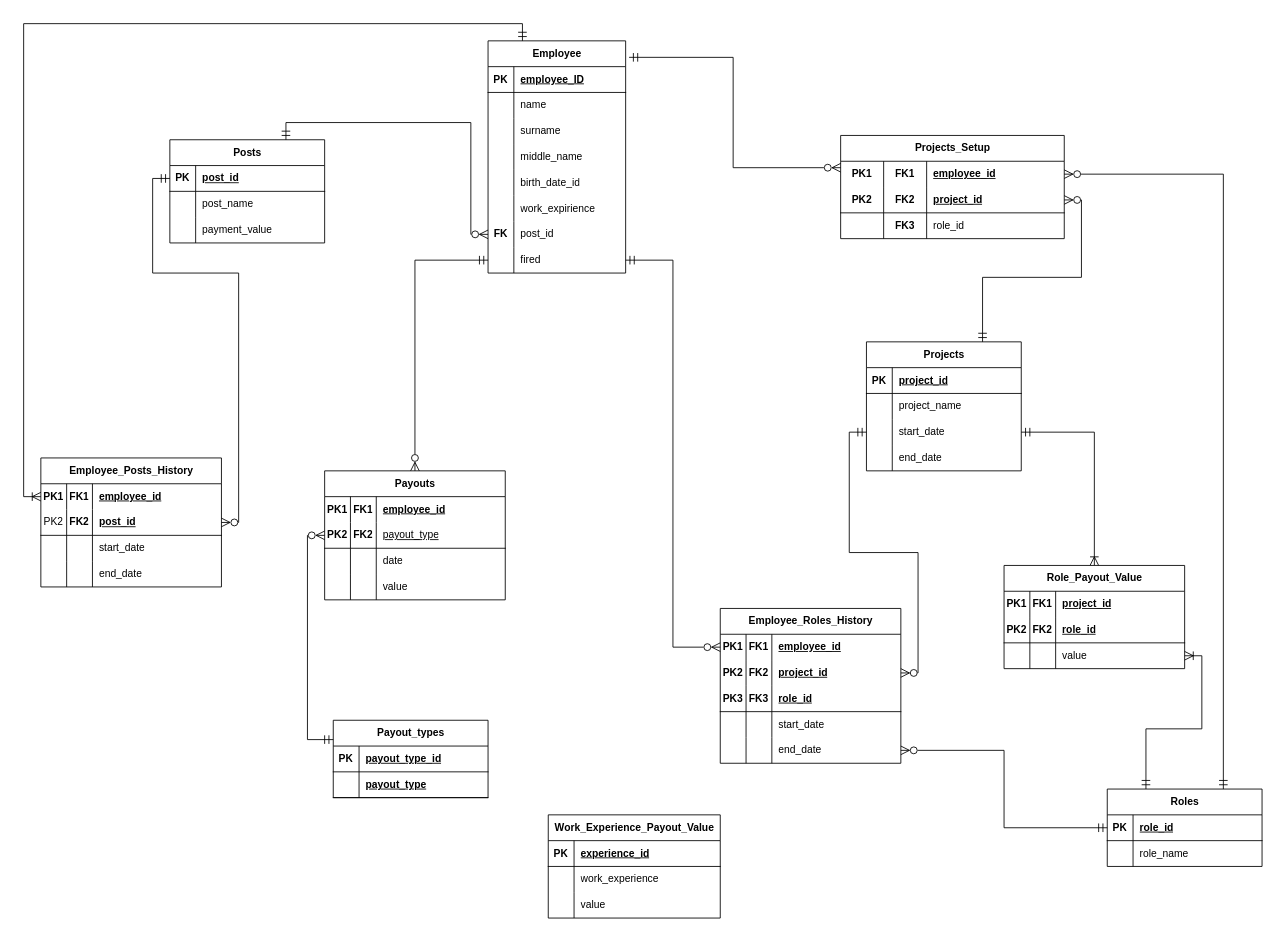
This is SalarySatementDBScheme.drawio from yaroslav070705/SalaryStatement_JAVA_WEB, a draw.io file, before an edit. Source tidied: cells renumbered, new cells numbered last; positions are measured from the earlier drawing's top-left corner, leaving out a move shared by most shapes. Both pictures are drawn from the tidied source at 86%, with x=0, y=0 at pixel (23, 23).
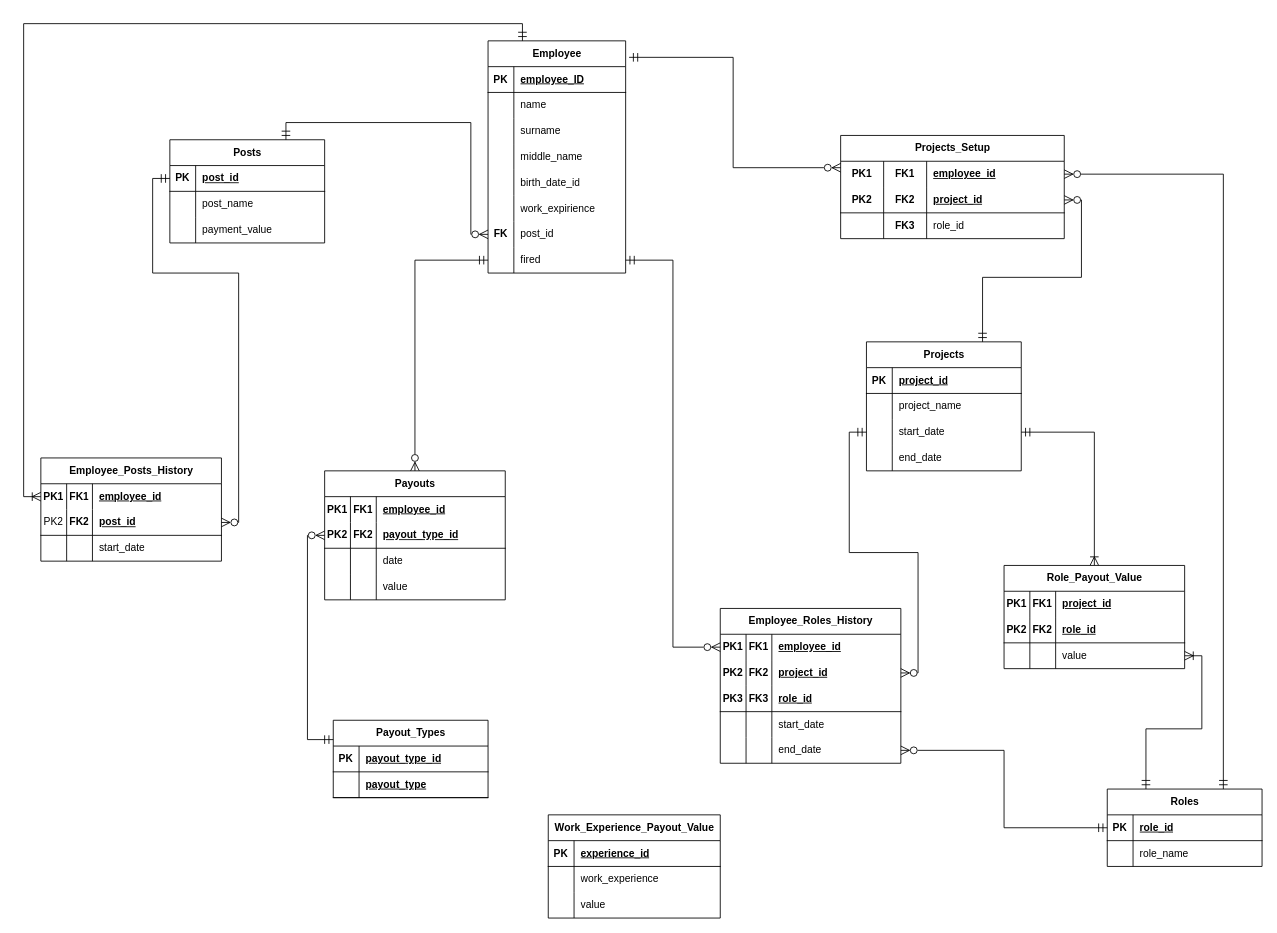
Above is the later version.

The change refers to these unchanged cells:
```xml
<mxCell id="99" style="shape=tableRow;horizontal=0;startSize=0;swimlaneHead=0;swimlaneBody=0;fillColor=none;points=[[0,0.5],[1,0.5]];portConstraint=eastwest;top=0;left=0;right=0;bottom=1;" parent="94" vertex="1">
  <mxGeometry y="60" width="210" height="30" as="geometry" />
</mxCell>
```

The edit, as a diff of the source:
```diff
@@
     <mxCell id="75" value="Employee_Posts_History" style="shape=table;startSize=30;childLayout=tableLayout;rowLines=0;fontStyle=1;align=center;html=1;" parent="1" vertex="1">
-      <mxGeometry x="20" y="505" width="210" height="150" as="geometry" />
+      <mxGeometry x="20" y="505" width="210" height="120" as="geometry" />
     </mxCell>
@@
-    <mxCell id="88" style="shape=tableRow;horizontal=0;startSize=0;swimlaneHead=0;swimlaneBody=0;fillColor=none;top=0;left=0;right=0;bottom=0;" parent="75" vertex="1">
-      <mxGeometry y="120" width="210" height="30" as="geometry" />
-    </mxCell>
-    <mxCell id="89" style="shape=partialRectangle;fillColor=none;top=0;left=0;bottom=0;right=0;overflow=hidden;whiteSpace=wrap;html=1;" parent="88" vertex="1">
-      <mxGeometry width="30" height="30" as="geometry" />
-    </mxCell>
-    <mxCell id="90" style="shape=partialRectangle;fillColor=none;top=0;left=0;bottom=0;right=0;overflow=hidden;whiteSpace=wrap;html=1;" parent="88" vertex="1">
-      <mxGeometry x="30" width="30" height="30" as="geometry" />
-    </mxCell>
-    <mxCell id="91" value="end_date" style="shape=partialRectangle;fillColor=none;top=0;left=0;bottom=0;right=0;align=left;spacingLeft=6;overflow=hidden;whiteSpace=wrap;html=1;" parent="88" vertex="1">
-      <mxGeometry x="60" width="150" height="30" as="geometry" />
-    </mxCell>
@@
-    <mxCell id="102" value="&lt;u&gt;payout_type&lt;/u&gt;" style="shape=partialRectangle;fillColor=none;top=0;left=0;bottom=0;right=0;align=left;spacingLeft=6;overflow=hidden;whiteSpace=wrap;html=1;" parent="99" vertex="1">
+    <mxCell id="102" value="&lt;u&gt;&lt;b&gt;payout_type_id&lt;/b&gt;&lt;/u&gt;" style="shape=partialRectangle;fillColor=none;top=0;left=0;bottom=0;right=0;align=left;spacingLeft=6;overflow=hidden;whiteSpace=wrap;html=1;" parent="99" vertex="1">
       <mxGeometry x="60" width="150" height="30" as="geometry" />
     </mxCell>
@@
-    <mxCell id="111" value="Payout_types" style="shape=table;startSize=30;childLayout=tableLayout;rowLines=0;fontStyle=1;align=center;html=1;" parent="1" vertex="1">
+    <mxCell id="111" value="Payout_Types" style="shape=table;startSize=30;childLayout=tableLayout;rowLines=0;fontStyle=1;align=center;html=1;" parent="1" vertex="1">
       <mxGeometry x="360" y="810" width="180" height="90" as="geometry" />
     </mxCell>
```
